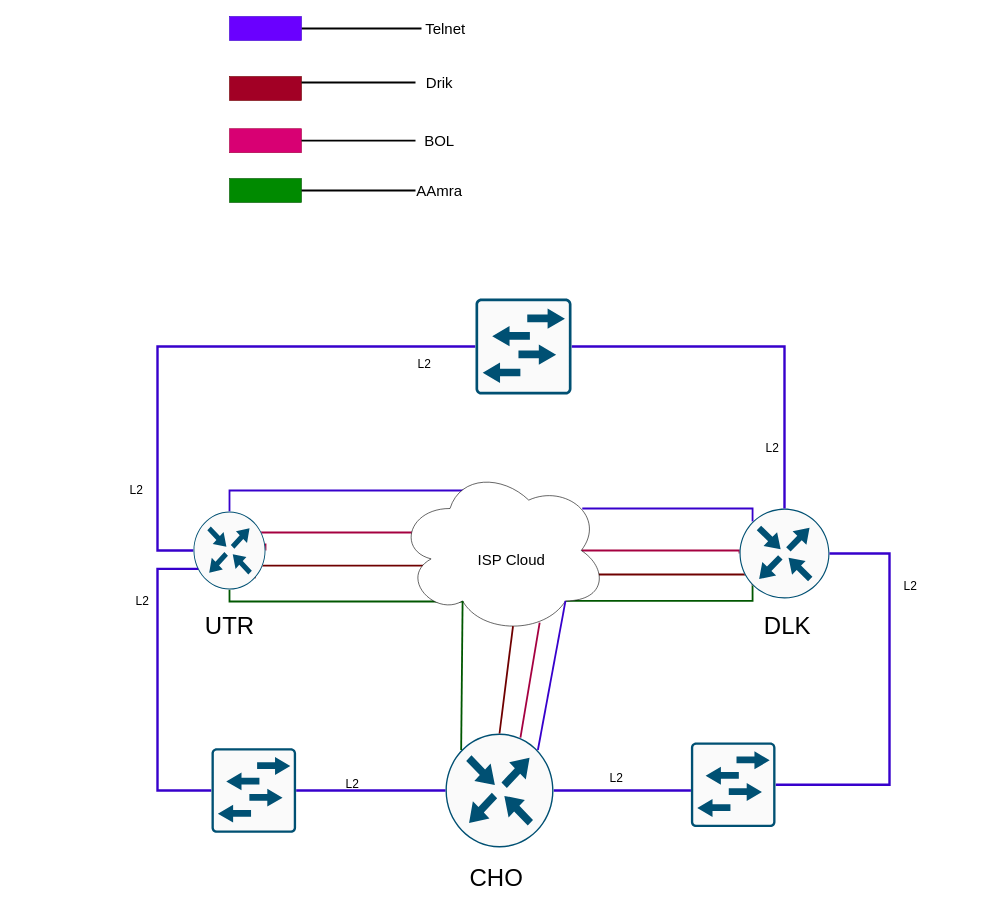
Above: Untitled Diagram.drawio in touhidece/prtg-addons (draw.io), before the change. Source tidied: cells renumbered, new cells numbered last; positions are measured from the earlier drawing's top-left corner, leaving out a move shared by most shapes. Both pictures are drawn from the tidied source at 60%, with x=0, y=0 at pixel (121, 10).
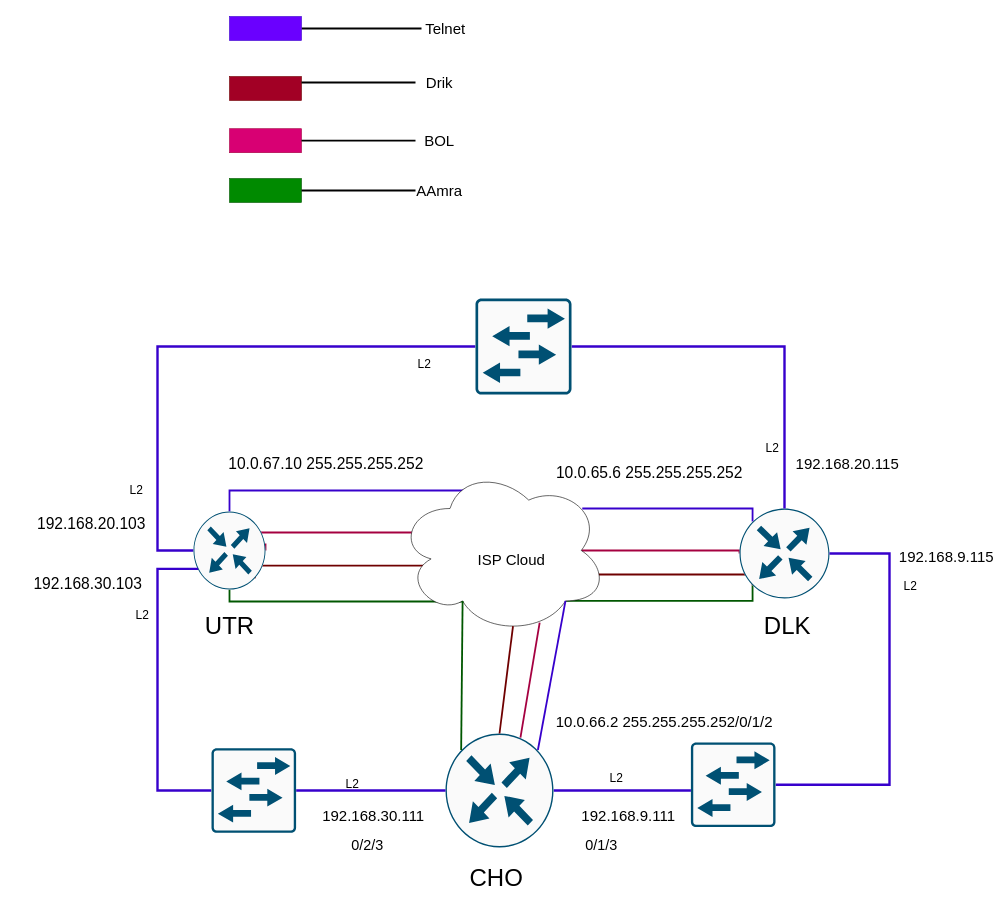
The same diagram, later.

Diff of the diagram source:
```diff
@@
     <mxCell id="34" value="&lt;font style=&quot;font-size: 20px&quot;&gt;L2&lt;/font&gt;" style="text;html=1;strokeColor=none;fillColor=none;align=center;verticalAlign=middle;whiteSpace=wrap;rounded=0;" parent="1" vertex="1">
-      <mxGeometry x="10" y="965" width="50" height="35" as="geometry" />
+      <mxGeometry x="10" y="989" width="50" height="35" as="geometry" />
     </mxCell>
@@
+    <mxCell id="50" value="&lt;font style=&quot;font-size: 25px&quot;&gt;192.168.9.111&lt;/font&gt;" style="text;html=1;strokeColor=none;fillColor=none;align=center;verticalAlign=middle;whiteSpace=wrap;rounded=0;strokeWidth=8;" parent="1" vertex="1">
+      <mxGeometry x="770" y="1321.5" width="150" height="39.5" as="geometry" />
+    </mxCell>
+    <mxCell id="51" value="&lt;font style=&quot;font-size: 24px&quot;&gt;0/1/3&lt;/font&gt;" style="text;html=1;strokeColor=none;fillColor=none;align=center;verticalAlign=middle;whiteSpace=wrap;rounded=0;" parent="1" vertex="1">
+      <mxGeometry x="780" y="1382" width="40" height="20" as="geometry" />
+    </mxCell>
+    <mxCell id="52" value="&lt;font style=&quot;font-size: 25px&quot;&gt;192.168.30.111&lt;/font&gt;" style="text;html=1;strokeColor=none;fillColor=none;align=center;verticalAlign=middle;whiteSpace=wrap;rounded=0;strokeWidth=8;" parent="1" vertex="1">
+      <mxGeometry x="330" y="1321.5" width="180" height="39.5" as="geometry" />
+    </mxCell>
+    <mxCell id="53" value="&lt;font style=&quot;font-size: 24px&quot;&gt;0/2/3&lt;/font&gt;" style="text;html=1;strokeColor=none;fillColor=none;align=center;verticalAlign=middle;whiteSpace=wrap;rounded=0;" parent="1" vertex="1">
+      <mxGeometry x="360" y="1382" width="100" height="20" as="geometry" />
+    </mxCell>
+    <mxCell id="54" value="&lt;span style=&quot;font-size: 25px&quot;&gt;10.0.66.2 255.255.255.252/&lt;/span&gt;&lt;span style=&quot;font-size: 25px&quot;&gt;0/1/2&lt;/span&gt;" style="text;html=1;strokeColor=none;fillColor=none;align=center;verticalAlign=middle;whiteSpace=wrap;rounded=0;strokeWidth=8;" parent="1" vertex="1">
+      <mxGeometry x="700" y="1165.5" width="410" height="39.5" as="geometry" />
+    </mxCell>
+    <mxCell id="55" value="&lt;font style=&quot;font-size: 26px&quot;&gt;192.168.20.103&lt;/font&gt;" style="text;html=1;strokeColor=none;fillColor=none;align=center;verticalAlign=middle;whiteSpace=wrap;rounded=0;" parent="1" vertex="1">
+      <mxGeometry x="-185" y="830" width="269.5" height="50" as="geometry" />
+    </mxCell>
+    <mxCell id="56" value="&lt;span style=&quot;font-size: 26px&quot;&gt;192.168.30.103&lt;/span&gt;" style="text;html=1;strokeColor=none;fillColor=none;align=center;verticalAlign=middle;whiteSpace=wrap;rounded=0;" parent="1" vertex="1">
+      <mxGeometry x="-163.5" y="930" width="213.5" height="50" as="geometry" />
+    </mxCell>
+    <mxCell id="57" value="&lt;span style=&quot;font-size: 26px&quot;&gt;10.0.67.10 255.255.255.252&lt;/span&gt;" style="text;html=1;strokeColor=none;fillColor=none;align=center;verticalAlign=middle;whiteSpace=wrap;rounded=0;" parent="1" vertex="1">
+      <mxGeometry x="130.5" y="730" width="419.5" height="50" as="geometry" />
+    </mxCell>
+    <mxCell id="58" value="&lt;span style=&quot;font-size: 25px&quot;&gt;192.168.9.115&lt;/span&gt;" style="text;html=1;strokeColor=none;fillColor=none;align=center;verticalAlign=middle;whiteSpace=wrap;rounded=0;strokeWidth=8;" parent="1" vertex="1">
+      <mxGeometry x="1290" y="890.5" width="170" height="39.5" as="geometry" />
+    </mxCell>
+    <mxCell id="59" value="&lt;span style=&quot;font-size: 25px&quot;&gt;192.168.20.115&lt;/span&gt;" style="text;html=1;strokeColor=none;fillColor=none;align=center;verticalAlign=middle;whiteSpace=wrap;rounded=0;strokeWidth=8;" parent="1" vertex="1">
+      <mxGeometry x="1120" y="735.2" width="180" height="39.5" as="geometry" />
+    </mxCell>
+    <mxCell id="60" value="&lt;span style=&quot;font-size: 26px&quot;&gt;10.0.65.6 255.255.255.252&lt;/span&gt;" style="text;html=1;strokeColor=none;fillColor=none;align=center;verticalAlign=middle;whiteSpace=wrap;rounded=0;" parent="1" vertex="1">
+      <mxGeometry x="670" y="745" width="419.5" height="50" as="geometry" />
+    </mxCell>
```
